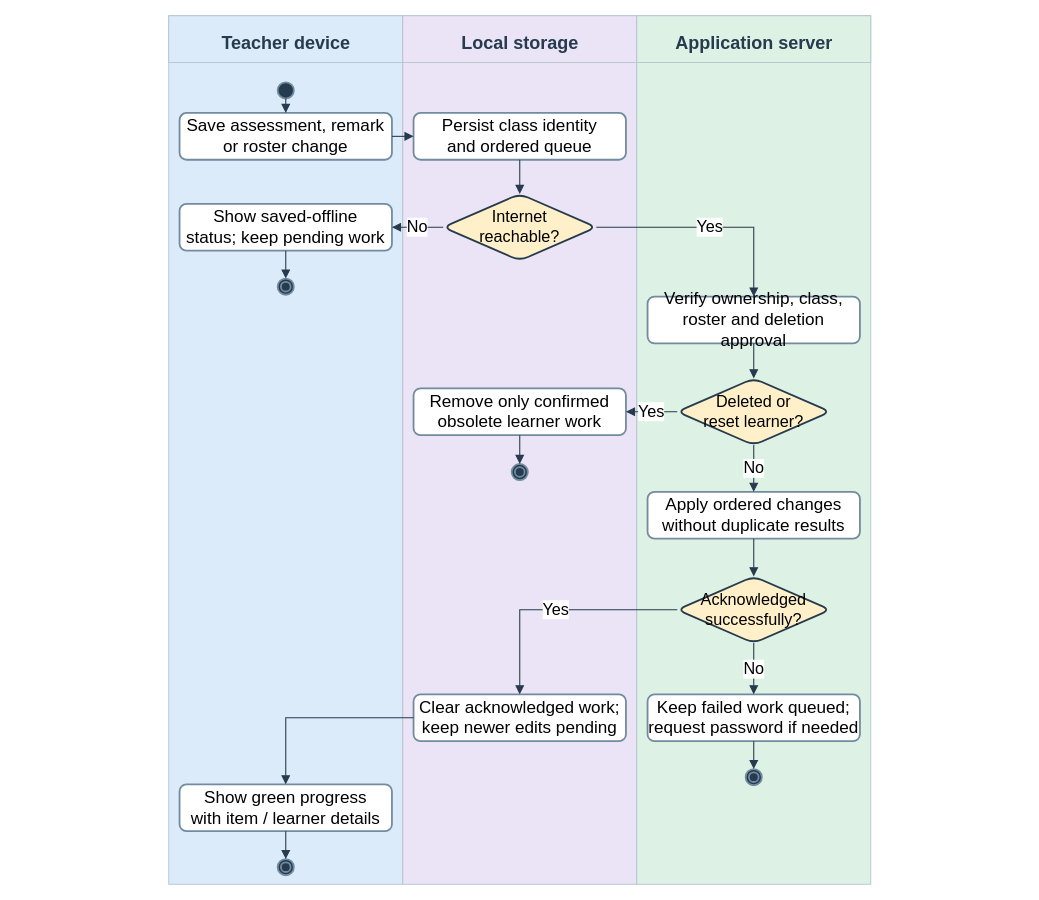
Before: docs/diagrams/class-workspaces/figure-11-sync.drawio in AkuSayangKamuJudaSayang/crl-app, a draw.io diagram. Source tidied: cells renumbered, new cells numbered last; positions are measured from the earlier drawing's top-left corner, leaving out a move shared by most shapes. Both pictures are drawn from the tidied source at 90%, with x=0, y=0 at pixel (15, 15).
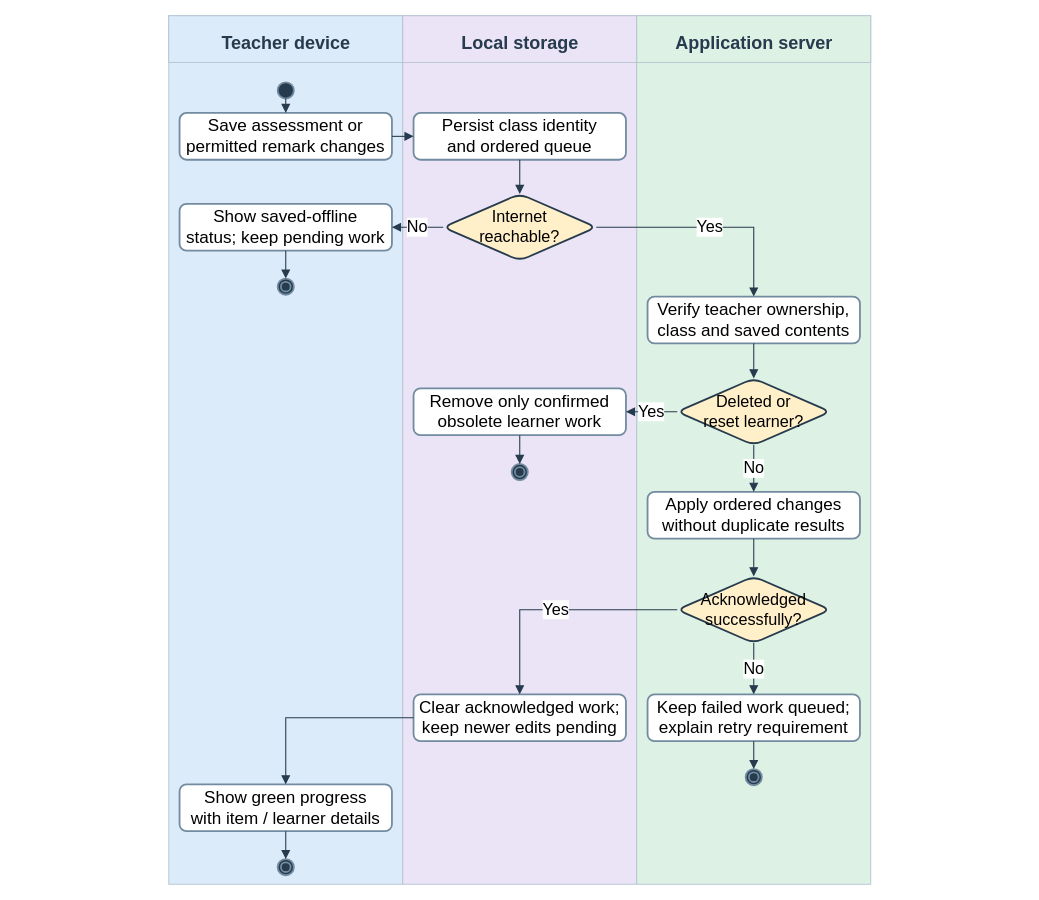
Above is the later version.

Change to the diagram source:
```diff
@@
-    <mxCell id="12" value="Save assessment, remark&lt;br&gt;or roster change" style="rounded=1;whiteSpace=wrap;html=1;fontFamily=Arial;fillColor=#ffffff;strokeColor=#728ba0;strokeWidth=2;fontSize=19;" parent="1" vertex="1">
+    <mxCell id="12" value="Save assessment or&lt;br&gt;permitted remark changes" style="rounded=1;whiteSpace=wrap;html=1;fontFamily=Arial;fillColor=#ffffff;strokeColor=#728ba0;strokeWidth=2;fontSize=19;" parent="1" vertex="1">
       <mxGeometry x="182" y="108" width="236" height="52" as="geometry" />
     </mxCell>
@@
-    <mxCell id="17" value="Verify ownership, class,&lt;br&gt;roster and deletion approval" style="rounded=1;whiteSpace=wrap;html=1;fontFamily=Arial;fillColor=#ffffff;strokeColor=#728ba0;strokeWidth=2;fontSize=19;" parent="1" vertex="1">
+    <mxCell id="17" value="Verify teacher ownership,&lt;br&gt;class and saved contents" style="rounded=1;whiteSpace=wrap;html=1;fontFamily=Arial;fillColor=#ffffff;strokeColor=#728ba0;strokeWidth=2;fontSize=19;" parent="1" vertex="1">
       <mxGeometry x="702" y="312" width="236" height="52" as="geometry" />
     </mxCell>
@@
-    <mxCell id="23" value="Keep failed work queued;&lt;br&gt;request password if needed" style="rounded=1;whiteSpace=wrap;html=1;fontFamily=Arial;fillColor=#ffffff;strokeColor=#728ba0;strokeWidth=2;fontSize=19;" parent="1" vertex="1">
+    <mxCell id="23" value="Keep failed work queued;&lt;br&gt;explain retry requirement" style="rounded=1;whiteSpace=wrap;html=1;fontFamily=Arial;fillColor=#ffffff;strokeColor=#728ba0;strokeWidth=2;fontSize=19;" parent="1" vertex="1">
       <mxGeometry x="702" y="754" width="236" height="52" as="geometry" />
     </mxCell>
```
